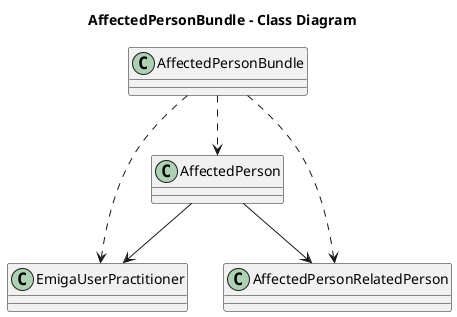
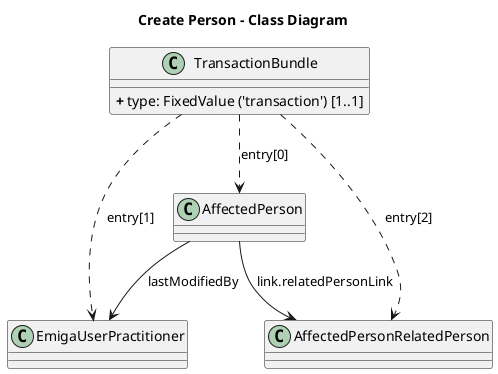
@startuml
- title AffectedPersonBundle - Class Diagram
+ title Create Person - Class Diagram

class AffectedPerson{
}
class EmigaUserPractitioner {
}
- class AffectedPersonBundle {
+ class TransactionBundle {
+     <b>+</b> type: FixedValue ('transaction') [1..1]
}

- AffectedPerson --> AffectedPersonRelatedPerson
- AffectedPerson --> EmigaUserPractitioner
+ AffectedPerson --> AffectedPersonRelatedPerson : link.relatedPersonLink
+ AffectedPerson --> EmigaUserPractitioner : lastModifiedBy

- AffectedPersonBundle ..> AffectedPerson
- AffectedPersonBundle ..> AffectedPersonRelatedPerson
- AffectedPersonBundle ..> EmigaUserPractitioner
+ TransactionBundle ..> AffectedPerson : entry[0]
+ TransactionBundle ..> EmigaUserPractitioner : entry[1]
+ TransactionBundle ..> AffectedPersonRelatedPerson : entry[2]
+ 

@enduml